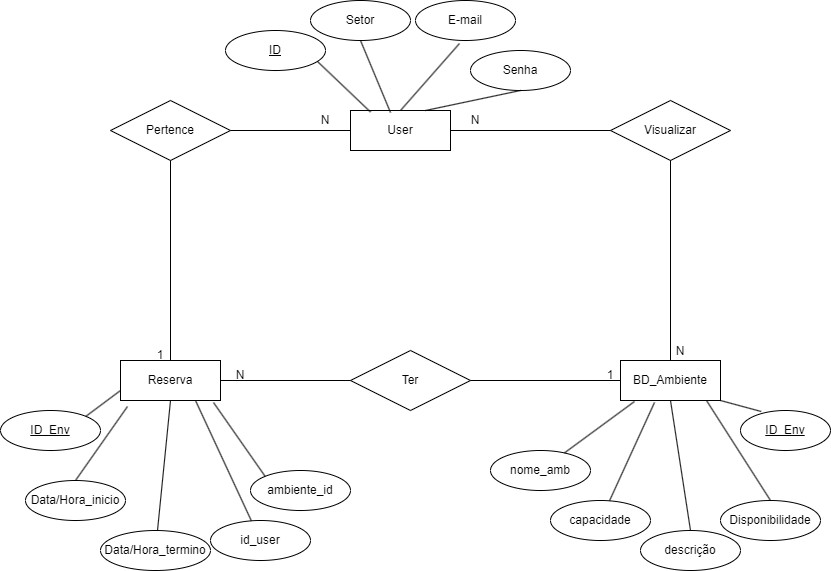
Earlier version of the draw.io export docs/img/MER.drawio.png (ICEI-PUC-Minas-PMV-ADS/pmv-ads-2023-2-e2-proj-int-t10-pmv-ads-2023-2-e2-proj-int-t10-easybook). Source tidied: cells renumbered, new cells last; positions are measured from the earlier drawing's top-left corner, leaving out a move shared by most shapes.
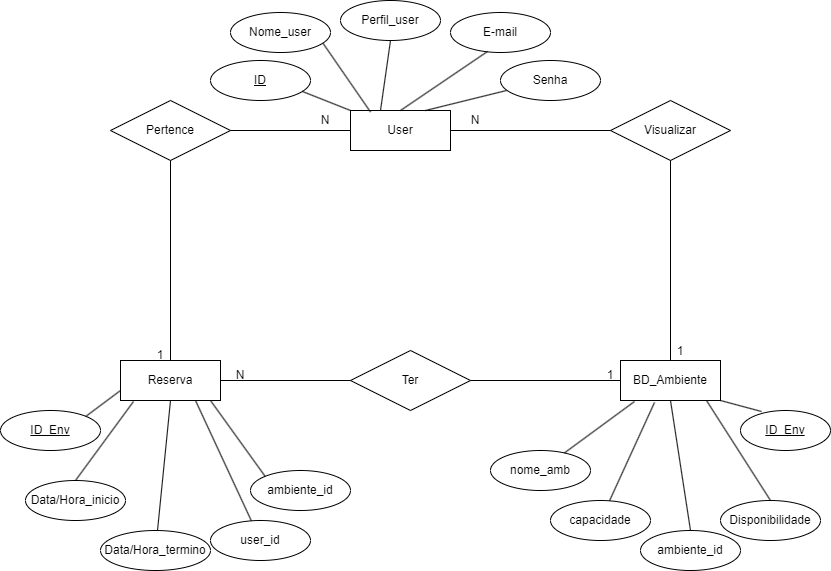
After the change.

Change to the diagram source:
```diff
@@ -2,149 +2,163 @@
   <root>
     <mxCell id="0" />
     <mxCell id="1" parent="0" />
-    <mxCell id="2" value="User" style="whiteSpace=wrap;html=1;align=center;labelBackgroundColor=none;" parent="1" vertex="1">
+    <mxCell id="2" value="User" style="whiteSpace=wrap;html=1;align=center;" parent="1" vertex="1">
       <mxGeometry x="350" y="110" width="100" height="40" as="geometry" />
     </mxCell>
-    <mxCell id="3" value="Visualizar" style="shape=rhombus;perimeter=rhombusPerimeter;whiteSpace=wrap;html=1;align=center;labelBackgroundColor=none;" parent="1" vertex="1">
+    <mxCell id="3" value="Visualizar" style="shape=rhombus;perimeter=rhombusPerimeter;whiteSpace=wrap;html=1;align=center;" parent="1" vertex="1">
       <mxGeometry x="610" y="100" width="120" height="60" as="geometry" />
     </mxCell>
-    <mxCell id="4" value="BD_Ambiente" style="whiteSpace=wrap;html=1;align=center;labelBackgroundColor=none;" parent="1" vertex="1">
+    <mxCell id="4" value="BD_Ambiente" style="whiteSpace=wrap;html=1;align=center;" parent="1" vertex="1">
       <mxGeometry x="620" y="360" width="100" height="40" as="geometry" />
     </mxCell>
-    <mxCell id="5" value="Reserva" style="whiteSpace=wrap;html=1;align=center;labelBackgroundColor=none;" parent="1" vertex="1">
+    <mxCell id="5" value="Reserva" style="whiteSpace=wrap;html=1;align=center;" parent="1" vertex="1">
       <mxGeometry x="120" y="360" width="100" height="40" as="geometry" />
     </mxCell>
-    <mxCell id="6" value="ID" style="ellipse;whiteSpace=wrap;html=1;align=center;fontStyle=4;labelBackgroundColor=none;" parent="1" vertex="1">
-      <mxGeometry x="225" y="30" width="100" height="40" as="geometry" />
-    </mxCell>
-    <mxCell id="7" value="Setor" style="ellipse;whiteSpace=wrap;html=1;align=center;labelBackgroundColor=none;" parent="1" vertex="1">
-      <mxGeometry x="310" width="100" height="40" as="geometry" />
-    </mxCell>
-    <mxCell id="8" value="Senha" style="ellipse;whiteSpace=wrap;html=1;align=center;labelBackgroundColor=none;" parent="1" vertex="1">
-      <mxGeometry x="470" y="50" width="100" height="40" as="geometry" />
+    <mxCell id="8" value="Senha" style="ellipse;whiteSpace=wrap;html=1;align=center;" parent="1" vertex="1">
+      <mxGeometry x="500" y="60" width="100" height="40" as="geometry" />
     </mxCell>
-    <mxCell id="9" value="E-mail" style="ellipse;whiteSpace=wrap;html=1;align=center;labelBackgroundColor=none;" parent="1" vertex="1">
-      <mxGeometry x="415" width="100" height="40" as="geometry" />
+    <mxCell id="9" value="E-mail" style="ellipse;whiteSpace=wrap;html=1;align=center;" parent="1" vertex="1">
+      <mxGeometry x="450" y="12" width="100" height="40" as="geometry" />
     </mxCell>
-    <mxCell id="10" style="endArrow=none;html=1;rounded=0;exitX=0.44;exitY=1.075;exitDx=0;exitDy=0;exitPerimeter=0;entryX=0.5;entryY=0;entryDx=0;entryDy=0;labelBackgroundColor=none;fontColor=default;" parent="1" edge="1" source="9" target="2">
+    <mxCell id="10" style="endArrow=none;html=1;rounded=0;exitX=0.37;exitY=0.975;exitDx=0;exitDy=0;exitPerimeter=0;entryX=0.5;entryY=0;entryDx=0;entryDy=0;" parent="1" edge="1" source="9" target="2">
       <mxGeometry relative="1" as="geometry" />
     </mxCell>
-    <mxCell id="11" style="endArrow=none;html=1;rounded=0;entryX=0.75;entryY=0;entryDx=0;entryDy=0;exitX=0.5;exitY=1;exitDx=0;exitDy=0;labelBackgroundColor=none;fontColor=default;" parent="1" edge="1" source="8" target="2">
+    <mxCell id="11" style="endArrow=none;html=1;rounded=0;entryX=0.75;entryY=0;entryDx=0;entryDy=0;exitX=0.06;exitY=0.75;exitDx=0;exitDy=0;exitPerimeter=0;" parent="1" edge="1" source="8" target="2">
       <mxGeometry relative="1" as="geometry" />
     </mxCell>
-    <mxCell id="12" style="endArrow=none;html=1;rounded=0;exitX=0.5;exitY=1;exitDx=0;exitDy=0;entryX=0.5;entryY=0;entryDx=0;entryDy=0;labelBackgroundColor=none;fontColor=default;" parent="1" edge="1" source="3" target="4">
+    <mxCell id="12" style="endArrow=none;html=1;rounded=0;exitX=0.5;exitY=1;exitDx=0;exitDy=0;entryX=0.5;entryY=0;entryDx=0;entryDy=0;" parent="1" edge="1" source="3" target="4">
       <mxGeometry relative="1" as="geometry" />
     </mxCell>
-    <mxCell id="13" style="endArrow=none;html=1;rounded=0;entryX=0;entryY=0.5;entryDx=0;entryDy=0;exitX=1;exitY=0.5;exitDx=0;exitDy=0;labelBackgroundColor=none;fontColor=default;" parent="1" edge="1" source="2" target="3">
+    <mxCell id="13" style="endArrow=none;html=1;rounded=0;entryX=0;entryY=0.5;entryDx=0;entryDy=0;exitX=1;exitY=0.5;exitDx=0;exitDy=0;" parent="1" edge="1" source="2" target="3">
       <mxGeometry relative="1" as="geometry" />
     </mxCell>
-    <mxCell id="14" value="N" style="text;html=1;strokeColor=none;fillColor=none;align=center;verticalAlign=middle;whiteSpace=wrap;rounded=0;labelBackgroundColor=none;" parent="1" vertex="1">
+    <mxCell id="14" value="N" style="text;html=1;strokeColor=none;fillColor=none;align=center;verticalAlign=middle;whiteSpace=wrap;rounded=0;" parent="1" vertex="1">
       <mxGeometry x="450" y="110" width="50" height="20" as="geometry" />
     </mxCell>
-    <mxCell id="15" value="N" style="text;html=1;strokeColor=none;fillColor=none;align=center;verticalAlign=middle;whiteSpace=wrap;rounded=0;labelBackgroundColor=none;" parent="1" vertex="1">
+    <mxCell id="15" value="1" style="text;html=1;strokeColor=none;fillColor=none;align=center;verticalAlign=middle;whiteSpace=wrap;rounded=0;" parent="1" vertex="1">
       <mxGeometry x="660" y="341" width="40" height="20" as="geometry" />
     </mxCell>
-    <mxCell id="16" style="endArrow=none;html=1;rounded=0;exitX=1;exitY=1;exitDx=0;exitDy=0;entryX=0.23;entryY=0.025;entryDx=0;entryDy=0;entryPerimeter=0;labelBackgroundColor=none;fontColor=default;" parent="1" edge="1" source="4" target="23">
-      <mxGeometry relative="1" as="geometry" />
+    <mxCell id="16" style="endArrow=none;html=1;rounded=0;exitX=1;exitY=1;exitDx=0;exitDy=0;" parent="1" edge="1" source="4">
+      <mxGeometry relative="1" as="geometry">
+        <mxPoint x="761" y="411" as="targetPoint" />
+      </mxGeometry>
     </mxCell>
-    <mxCell id="17" value="Disponibilidade" style="ellipse;whiteSpace=wrap;html=1;align=center;labelBackgroundColor=none;" parent="1" vertex="1">
+    <mxCell id="17" value="Disponibilidade" style="ellipse;whiteSpace=wrap;html=1;align=center;" parent="1" vertex="1">
       <mxGeometry x="720" y="500" width="100" height="40" as="geometry" />
     </mxCell>
-    <mxCell id="18" value="ID_Env" style="ellipse;whiteSpace=wrap;html=1;align=center;fontStyle=4;labelBackgroundColor=none;" parent="1" vertex="1">
+    <mxCell id="18" value="ID_Env" style="ellipse;whiteSpace=wrap;html=1;align=center;fontStyle=4;" parent="1" vertex="1">
       <mxGeometry y="410" width="100" height="40" as="geometry" />
     </mxCell>
-    <mxCell id="19" style="endArrow=none;html=1;rounded=0;exitX=1;exitY=0;exitDx=0;exitDy=0;entryX=0;entryY=0.75;entryDx=0;entryDy=0;labelBackgroundColor=none;fontColor=default;" parent="1" edge="1" source="18" target="5">
+    <mxCell id="19" style="endArrow=none;html=1;rounded=0;exitX=1;exitY=0;exitDx=0;exitDy=0;entryX=0;entryY=0.75;entryDx=0;entryDy=0;" parent="1" edge="1" source="18" target="5">
       <mxGeometry relative="1" as="geometry" />
     </mxCell>
-    <mxCell id="20" style="endArrow=none;html=1;rounded=0;entryX=0.5;entryY=0;entryDx=0;entryDy=0;exitX=0.86;exitY=1;exitDx=0;exitDy=0;exitPerimeter=0;labelBackgroundColor=none;fontColor=default;" parent="1" edge="1" source="4" target="17">
+    <mxCell id="20" style="endArrow=none;html=1;rounded=0;entryX=0.5;entryY=0;entryDx=0;entryDy=0;exitX=0.86;exitY=1;exitDx=0;exitDy=0;exitPerimeter=0;" parent="1" edge="1" source="4" target="17">
       <mxGeometry relative="1" as="geometry" />
     </mxCell>
-    <mxCell id="21" value="capacidade" style="ellipse;whiteSpace=wrap;html=1;align=center;labelBackgroundColor=none;" parent="1" vertex="1">
+    <mxCell id="21" value="capacidade" style="ellipse;whiteSpace=wrap;html=1;align=center;" parent="1" vertex="1">
       <mxGeometry x="550" y="500" width="100" height="40" as="geometry" />
     </mxCell>
-    <mxCell id="22" style="endArrow=none;html=1;rounded=0;exitX=0.34;exitY=1.05;exitDx=0;exitDy=0;exitPerimeter=0;labelBackgroundColor=none;fontColor=default;" parent="1" edge="1" source="4" target="21">
+    <mxCell id="22" style="endArrow=none;html=1;rounded=0;exitX=0.34;exitY=1.05;exitDx=0;exitDy=0;exitPerimeter=0;" parent="1" edge="1" source="4" target="21">
       <mxGeometry relative="1" as="geometry" />
     </mxCell>
-    <mxCell id="23" value="ID_Env" style="ellipse;whiteSpace=wrap;html=1;align=center;fontStyle=4;labelBackgroundColor=none;" parent="1" vertex="1">
+    <mxCell id="23" value="ID_Env" style="ellipse;whiteSpace=wrap;html=1;align=center;fontStyle=4;" parent="1" vertex="1">
       <mxGeometry x="740" y="410" width="90" height="40" as="geometry" />
     </mxCell>
-    <mxCell id="24" style="endArrow=none;html=1;rounded=0;exitX=0.5;exitY=1;exitDx=0;exitDy=0;entryX=0.4;entryY=0.05;entryDx=0;entryDy=0;entryPerimeter=0;labelBackgroundColor=none;fontColor=default;" parent="1" edge="1" source="7" target="2">
-      <mxGeometry relative="1" as="geometry" />
-    </mxCell>
-    <mxCell id="25" style="endArrow=none;html=1;rounded=0;entryX=1;entryY=0.25;entryDx=0;entryDy=0;exitX=0.92;exitY=0.775;exitDx=0;exitDy=0;exitPerimeter=0;labelBackgroundColor=none;fontColor=default;" parent="1" edge="1" source="6">
+    <mxCell id="25" style="endArrow=none;html=1;rounded=0;entryX=1;entryY=0.25;entryDx=0;entryDy=0;exitX=0.92;exitY=0.75;exitDx=0;exitDy=0;exitPerimeter=0;" parent="1" edge="1" source="51">
       <mxGeometry relative="1" as="geometry">
         <mxPoint x="370" y="111.5" as="targetPoint" />
       </mxGeometry>
     </mxCell>
-    <mxCell id="26" value="descrição" style="ellipse;whiteSpace=wrap;html=1;align=center;labelBackgroundColor=none;" parent="1" vertex="1">
+    <mxCell id="26" value="ambiente_id" style="ellipse;whiteSpace=wrap;html=1;align=center;" parent="1" vertex="1">
       <mxGeometry x="640" y="530" width="100" height="40" as="geometry" />
     </mxCell>
-    <mxCell id="27" style="endArrow=none;html=1;rounded=0;exitX=0.5;exitY=1;exitDx=0;exitDy=0;entryX=0.5;entryY=0;entryDx=0;entryDy=0;labelBackgroundColor=none;fontColor=default;" parent="1" edge="1" source="4" target="26">
+    <mxCell id="27" style="endArrow=none;html=1;rounded=0;exitX=0.5;exitY=1;exitDx=0;exitDy=0;entryX=0.5;entryY=0;entryDx=0;entryDy=0;" parent="1" edge="1" source="4" target="26">
       <mxGeometry relative="1" as="geometry" />
     </mxCell>
-    <mxCell id="28" value="Pertence" style="shape=rhombus;perimeter=rhombusPerimeter;whiteSpace=wrap;html=1;align=center;labelBackgroundColor=none;" parent="1" vertex="1">
+    <mxCell id="28" value="Pertence" style="shape=rhombus;perimeter=rhombusPerimeter;whiteSpace=wrap;html=1;align=center;" parent="1" vertex="1">
       <mxGeometry x="110" y="100" width="120" height="60" as="geometry" />
     </mxCell>
-    <mxCell id="29" value="nome_amb" style="ellipse;whiteSpace=wrap;html=1;align=center;labelBackgroundColor=none;" parent="1" vertex="1">
+    <mxCell id="29" value="nome_amb" style="ellipse;whiteSpace=wrap;html=1;align=center;" parent="1" vertex="1">
       <mxGeometry x="490" y="450" width="100" height="40" as="geometry" />
     </mxCell>
-    <mxCell id="30" style="endArrow=none;html=1;rounded=0;exitX=0.14;exitY=1.025;exitDx=0;exitDy=0;exitPerimeter=0;labelBackgroundColor=none;fontColor=default;" parent="1" edge="1" source="4" target="29">
+    <mxCell id="30" style="endArrow=none;html=1;rounded=0;exitX=0.14;exitY=1.025;exitDx=0;exitDy=0;exitPerimeter=0;" parent="1" edge="1" source="4" target="29">
       <mxGeometry relative="1" as="geometry" />
     </mxCell>
-    <mxCell id="31" value="Data/Hora_inicio" style="ellipse;whiteSpace=wrap;html=1;align=center;labelBackgroundColor=none;" parent="1" vertex="1">
+    <mxCell id="31" value="Data/Hora_inicio" style="ellipse;whiteSpace=wrap;html=1;align=center;" parent="1" vertex="1">
       <mxGeometry x="25" y="480" width="100" height="40" as="geometry" />
     </mxCell>
-    <mxCell id="32" value="Data/Hora_termino" style="ellipse;whiteSpace=wrap;html=1;align=center;labelBackgroundColor=none;" parent="1" vertex="1">
+    <mxCell id="32" value="Data/Hora_termino" style="ellipse;whiteSpace=wrap;html=1;align=center;" parent="1" vertex="1">
       <mxGeometry x="100" y="530" width="110" height="40" as="geometry" />
     </mxCell>
-    <mxCell id="33" value="id_user" style="ellipse;whiteSpace=wrap;html=1;align=center;labelBackgroundColor=none;" parent="1" vertex="1">
+    <mxCell id="33" value="user_id" style="ellipse;whiteSpace=wrap;html=1;align=center;" parent="1" vertex="1">
       <mxGeometry x="210" y="520" width="100" height="40" as="geometry" />
     </mxCell>
-    <mxCell id="34" value="ambiente_id&lt;br&gt;" style="ellipse;whiteSpace=wrap;html=1;align=center;labelBackgroundColor=none;" parent="1" vertex="1">
+    <mxCell id="34" value="ambiente_id&lt;br&gt;" style="ellipse;whiteSpace=wrap;html=1;align=center;" parent="1" vertex="1">
       <mxGeometry x="250" y="470" width="100" height="40" as="geometry" />
     </mxCell>
-    <mxCell id="35" style="endArrow=none;html=1;rounded=0;exitX=0.93;exitY=1.05;exitDx=0;exitDy=0;entryX=0;entryY=0;entryDx=0;entryDy=0;exitPerimeter=0;labelBackgroundColor=none;fontColor=default;" parent="1" edge="1" source="5" target="34">
-      <mxGeometry relative="1" as="geometry" />
+    <mxCell id="35" style="endArrow=none;html=1;rounded=0;entryX=0;entryY=0;entryDx=0;entryDy=0;" parent="1" edge="1" target="34">
+      <mxGeometry relative="1" as="geometry">
+        <mxPoint x="210" y="400" as="sourcePoint" />
+      </mxGeometry>
     </mxCell>
-    <mxCell id="36" style="endArrow=none;html=1;rounded=0;exitX=0.75;exitY=1;exitDx=0;exitDy=0;labelBackgroundColor=none;fontColor=default;" parent="1" edge="1" source="5" target="33">
+    <mxCell id="36" style="endArrow=none;html=1;rounded=0;exitX=0.75;exitY=1;exitDx=0;exitDy=0;" parent="1" edge="1" source="5" target="33">
       <mxGeometry relative="1" as="geometry" />
     </mxCell>
-    <mxCell id="37" style="endArrow=none;html=1;rounded=0;exitX=0.07;exitY=1.15;exitDx=0;exitDy=0;entryX=0.5;entryY=0;entryDx=0;entryDy=0;exitPerimeter=0;labelBackgroundColor=none;fontColor=default;" parent="1" edge="1" source="5" target="31">
+    <mxCell id="37" style="endArrow=none;html=1;rounded=0;entryX=0.5;entryY=0;entryDx=0;entryDy=0;exitX=0.13;exitY=1.025;exitDx=0;exitDy=0;exitPerimeter=0;" parent="1" edge="1" source="5" target="31">
       <mxGeometry relative="1" as="geometry" />
     </mxCell>
-    <mxCell id="38" style="endArrow=none;html=1;rounded=0;exitX=0.5;exitY=1;exitDx=0;exitDy=0;labelBackgroundColor=none;fontColor=default;" parent="1" edge="1" source="5" target="32">
+    <mxCell id="38" style="endArrow=none;html=1;rounded=0;exitX=0.5;exitY=1;exitDx=0;exitDy=0;" parent="1" edge="1" source="5" target="32">
       <mxGeometry relative="1" as="geometry" />
     </mxCell>
-    <mxCell id="39" style="endArrow=none;html=1;rounded=0;exitX=0.5;exitY=1;exitDx=0;exitDy=0;entryX=0.5;entryY=0;entryDx=0;entryDy=0;labelBackgroundColor=none;fontColor=default;" parent="1" edge="1" source="28" target="5">
+    <mxCell id="39" style="endArrow=none;html=1;rounded=0;exitX=0.5;exitY=1;exitDx=0;exitDy=0;entryX=0.5;entryY=0;entryDx=0;entryDy=0;" parent="1" edge="1" source="28" target="5">
       <mxGeometry relative="1" as="geometry" />
     </mxCell>
-    <mxCell id="40" style="endArrow=none;html=1;rounded=0;exitX=1;exitY=0.5;exitDx=0;exitDy=0;entryX=0;entryY=0.5;entryDx=0;entryDy=0;labelBackgroundColor=none;fontColor=default;" parent="1" edge="1" source="28" target="2">
+    <mxCell id="40" style="endArrow=none;html=1;rounded=0;exitX=1;exitY=0.5;exitDx=0;exitDy=0;entryX=0;entryY=0.5;entryDx=0;entryDy=0;" parent="1" edge="1" source="28" target="2">
       <mxGeometry relative="1" as="geometry" />
     </mxCell>
-    <mxCell id="41" value="N" style="text;html=1;strokeColor=none;fillColor=none;align=center;verticalAlign=middle;whiteSpace=wrap;rounded=0;labelBackgroundColor=none;" parent="1" vertex="1">
+    <mxCell id="41" value="N" style="text;html=1;strokeColor=none;fillColor=none;align=center;verticalAlign=middle;whiteSpace=wrap;rounded=0;" parent="1" vertex="1">
       <mxGeometry x="300" y="110" width="50" height="20" as="geometry" />
     </mxCell>
-    <mxCell id="42" value="1" style="text;html=1;strokeColor=none;fillColor=none;align=center;verticalAlign=middle;whiteSpace=wrap;rounded=0;labelBackgroundColor=none;" parent="1" vertex="1">
+    <mxCell id="42" value="1" style="text;html=1;strokeColor=none;fillColor=none;align=center;verticalAlign=middle;whiteSpace=wrap;rounded=0;" parent="1" vertex="1">
       <mxGeometry x="130" y="340" width="60" height="30" as="geometry" />
     </mxCell>
-    <mxCell id="43" value="Ter" style="shape=rhombus;perimeter=rhombusPerimeter;whiteSpace=wrap;html=1;align=center;labelBackgroundColor=none;" parent="1" vertex="1">
+    <mxCell id="43" value="Ter" style="shape=rhombus;perimeter=rhombusPerimeter;whiteSpace=wrap;html=1;align=center;" parent="1" vertex="1">
       <mxGeometry x="350" y="350" width="120" height="60" as="geometry" />
     </mxCell>
-    <mxCell id="44" value="1" style="text;html=1;strokeColor=none;fillColor=none;align=center;verticalAlign=middle;whiteSpace=wrap;rounded=0;labelBackgroundColor=none;" parent="1" vertex="1">
+    <mxCell id="44" value="1" style="text;html=1;strokeColor=none;fillColor=none;align=center;verticalAlign=middle;whiteSpace=wrap;rounded=0;" parent="1" vertex="1">
       <mxGeometry x="580" y="360" width="60" height="30" as="geometry" />
     </mxCell>
-    <mxCell id="45" value="N" style="text;html=1;strokeColor=none;fillColor=none;align=center;verticalAlign=middle;whiteSpace=wrap;rounded=0;labelBackgroundColor=none;" parent="1" vertex="1">
+    <mxCell id="45" value="N" style="text;html=1;strokeColor=none;fillColor=none;align=center;verticalAlign=middle;whiteSpace=wrap;rounded=0;" parent="1" vertex="1">
       <mxGeometry x="210" y="360" width="60" height="30" as="geometry" />
     </mxCell>
-    <mxCell id="46" style="endArrow=none;html=1;rounded=0;entryX=0;entryY=0.5;entryDx=0;entryDy=0;labelBackgroundColor=none;fontColor=default;" parent="1" edge="1" target="43">
+    <mxCell id="46" style="endArrow=none;html=1;rounded=0;entryX=0;entryY=0.5;entryDx=0;entryDy=0;" parent="1" edge="1" target="43">
       <mxGeometry relative="1" as="geometry">
         <mxPoint x="220" y="380" as="sourcePoint" />
       </mxGeometry>
     </mxCell>
-    <mxCell id="47" style="endArrow=none;html=1;rounded=0;exitX=1;exitY=0.5;exitDx=0;exitDy=0;labelBackgroundColor=none;fontColor=default;" parent="1" edge="1" source="43">
+    <mxCell id="47" style="endArrow=none;html=1;rounded=0;exitX=1;exitY=0.5;exitDx=0;exitDy=0;" parent="1" edge="1" source="43">
       <mxGeometry relative="1" as="geometry">
         <mxPoint x="620" y="380" as="targetPoint" />
       </mxGeometry>
     </mxCell>
+    <mxCell id="6" value="ID" style="ellipse;whiteSpace=wrap;html=1;align=center;fontStyle=4;" parent="1" vertex="1">
+      <mxGeometry x="210" y="60" width="100" height="40" as="geometry" />
+    </mxCell>
+    <mxCell id="48" style="endArrow=none;html=1;rounded=0;exitX=0.92;exitY=0.775;exitDx=0;exitDy=0;exitPerimeter=0;" parent="1" edge="1" source="6">
+      <mxGeometry relative="1" as="geometry">
+        <mxPoint x="350" y="110" as="targetPoint" />
+      </mxGeometry>
+    </mxCell>
+    <mxCell id="49" value="Perfil_user" style="ellipse;whiteSpace=wrap;html=1;align=center;" parent="1" vertex="1">
+      <mxGeometry x="340" width="100" height="40" as="geometry" />
+    </mxCell>
+    <mxCell id="50" style="endArrow=none;html=1;rounded=0;exitX=0.5;exitY=1;exitDx=0;exitDy=0;" parent="1" edge="1" source="49">
+      <mxGeometry relative="1" as="geometry">
+        <mxPoint x="380" y="110" as="targetPoint" />
+      </mxGeometry>
+    </mxCell>
+    <mxCell id="51" value="Nome_user" style="ellipse;whiteSpace=wrap;html=1;align=center;" parent="1" vertex="1">
+      <mxGeometry x="230" y="12" width="100" height="40" as="geometry" />
+    </mxCell>
   </root>
 </mxGraphModel>
```
